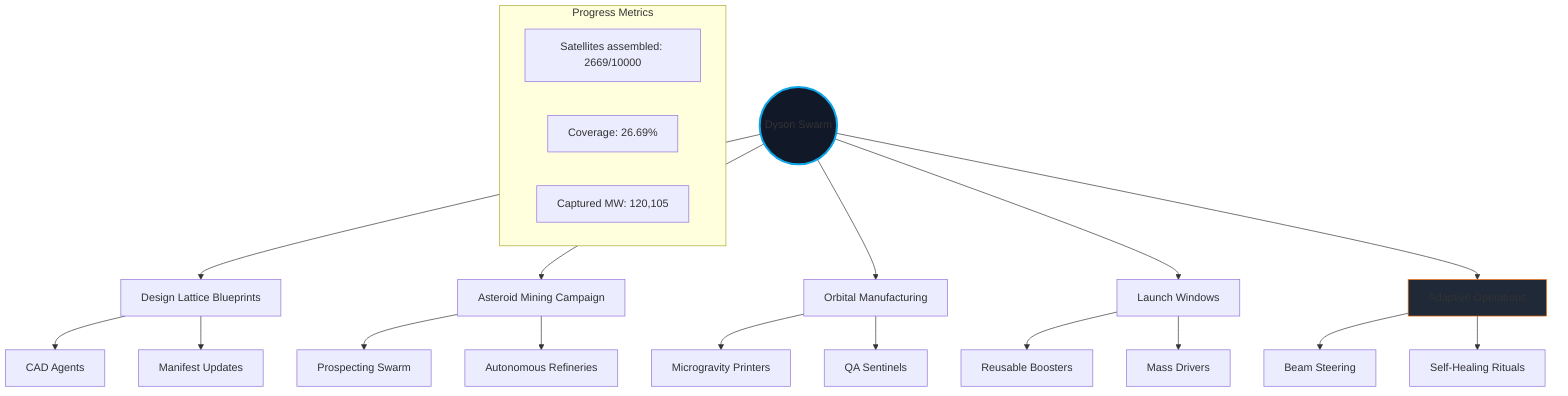
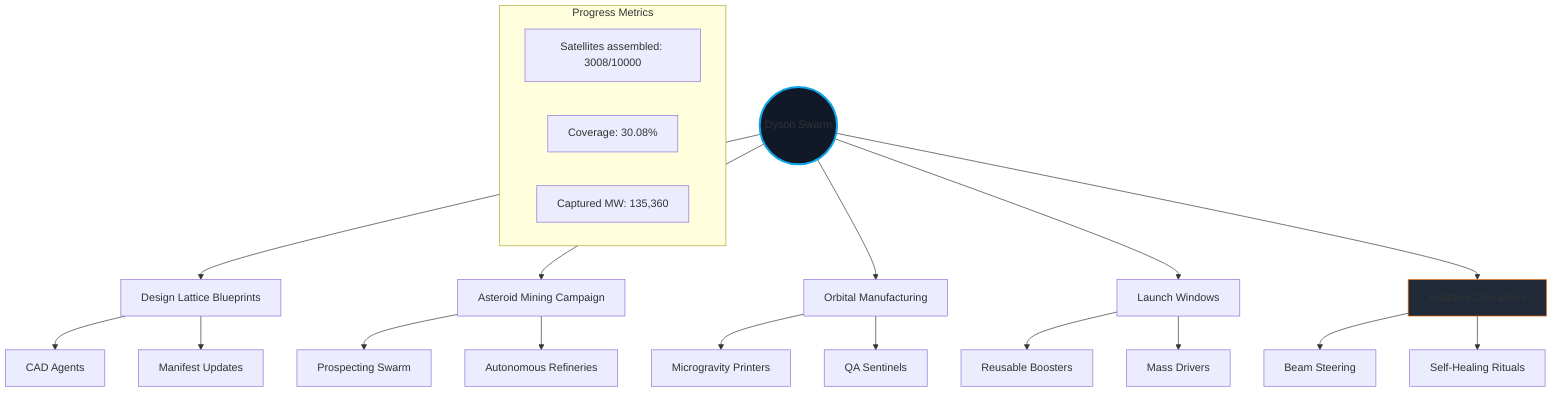
---
title Dyson Swarm Execution Tree
---
flowchart TB
    root((Dyson Swarm))
    root --> design[Design Lattice Blueprints]
    root --> mining[Asteroid Mining Campaign]
    root --> manufacturing[Orbital Manufacturing]
    root --> launch[Launch Windows]
    root --> operations[Adaptive Operations]

    design --> cad[CAD Agents]
    design --> governance[Manifest Updates]

    mining --> probes[Prospecting Swarm]
    mining --> refineries[Autonomous Refineries]

    manufacturing --> printers[Microgravity Printers]
    manufacturing --> qa[QA Sentinels]

    launch --> boosters[Reusable Boosters]
    launch --> elevators[Mass Drivers]

    operations --> control[Beam Steering]
    operations --> maintenance[Self-Healing Rituals]

    style root fill:#111827,stroke:#0ea5e9,stroke-width:3px
    style operations fill:#1f2937,stroke:#f97316
    subgraph Progress Metrics
-         built[Satellites assembled: 2669/10000]
-         coverage[Coverage: 26.69%]
-         mw[Captured MW: 120,105]
+         built[Satellites assembled: 3008/10000]
+         coverage[Coverage: 30.08%]
+         mw[Captured MW: 135,360]
    end

